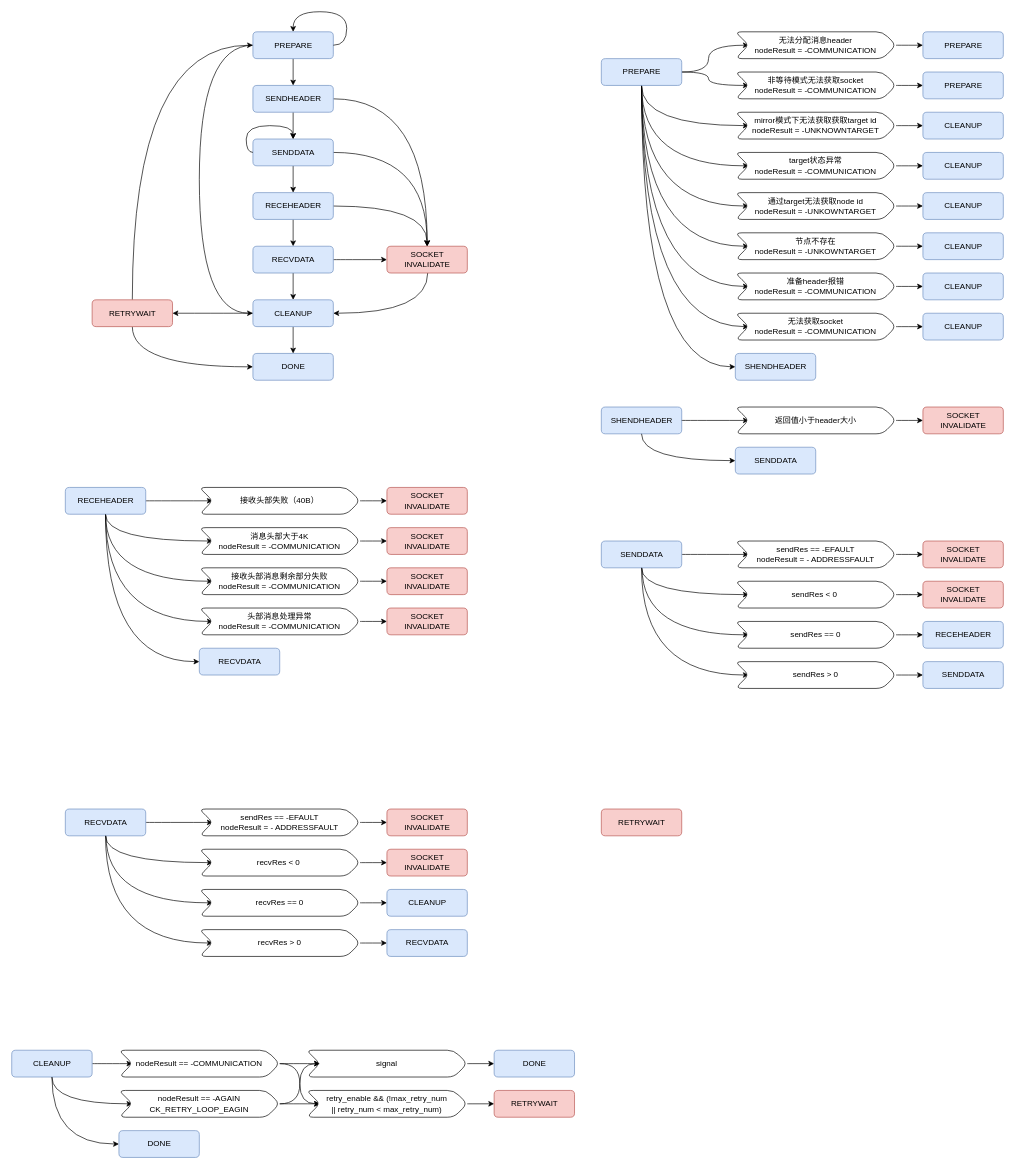
Before: beegfs/beegfs-client.drawio in EarthWind/deeparch, a draw.io diagram. Source tidied: cells renumbered, new cells numbered last; positions are measured from the earlier drawing's top-left corner, leaving out a move shared by most shapes. Both pictures are drawn from the tidied source at 67%, with x=0, y=0 at pixel (11, 11).
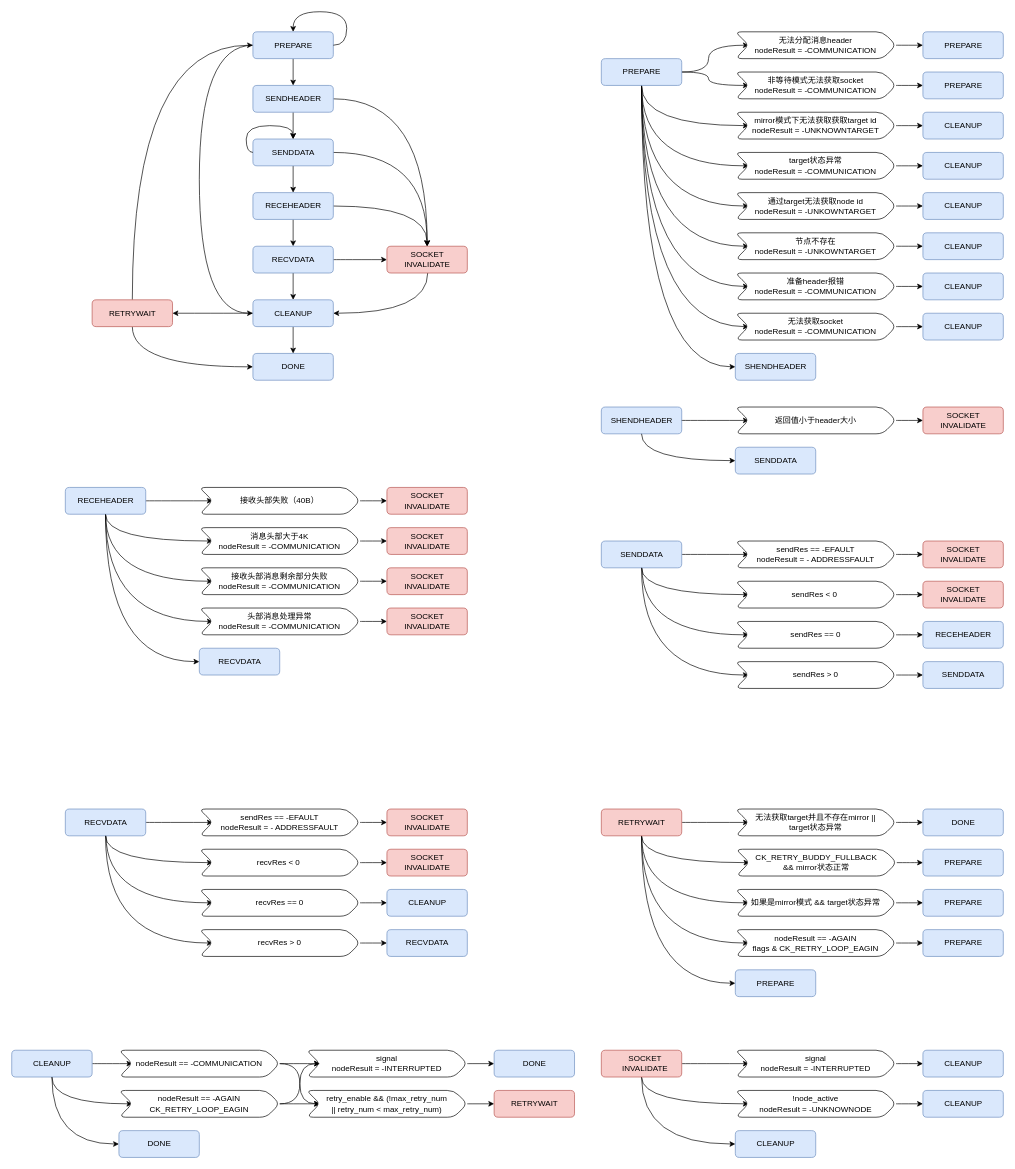
The same page after the edit.

The change refers to these unchanged cells:
```xml
<mxCell id="182" style="rounded=1;whiteSpace=wrap;html=1;fillColor=#f8cecc;strokeColor=#b85450;" parent="1" vertex="1">
  <mxGeometry x="880" y="1190" width="120" height="40" as="geometry" />
</mxCell>
```

Change to the diagram source:
```diff
@@
-    <mxCell id="170" value="signal" style="shape=step;perimeter=stepPerimeter;whiteSpace=wrap;html=1;fixedSize=1;rounded=1;align=center;" parent="1" vertex="1">
+    <mxCell id="170" value="signal&lt;br&gt;nodeResult = -INTERRUPTED" style="shape=step;perimeter=stepPerimeter;whiteSpace=wrap;html=1;fixedSize=1;rounded=1;align=center;" parent="1" vertex="1">
       <mxGeometry x="440" y="1550" width="240" height="40" as="geometry" />
     </mxCell>
@@
+    <mxCell id="184" style="edgeStyle=orthogonalEdgeStyle;curved=1;rounded=0;jettySize=auto;html=1;entryX=0;entryY=0.5;entryDx=0;entryDy=0;" parent="1" edge="1" source="182" target="190">
+      <mxGeometry relative="1" as="geometry" />
+    </mxCell>
+    <mxCell id="185" style="edgeStyle=orthogonalEdgeStyle;curved=1;rounded=0;jettySize=auto;html=1;entryX=0;entryY=0.5;entryDx=0;entryDy=0;exitX=0.5;exitY=1;exitDx=0;exitDy=0;" parent="1" edge="1" source="182" target="194">
+      <mxGeometry relative="1" as="geometry">
+        <Array as="points">
+          <mxPoint x="940" y="1270" />
+        </Array>
+      </mxGeometry>
+    </mxCell>
+    <mxCell id="186" style="edgeStyle=orthogonalEdgeStyle;curved=1;rounded=0;jettySize=auto;html=1;entryX=0;entryY=0.5;entryDx=0;entryDy=0;exitX=0.501;exitY=1;exitDx=0;exitDy=0;exitPerimeter=0;" parent="1" edge="1" source="182" target="198">
+      <mxGeometry relative="1" as="geometry">
+        <Array as="points">
+          <mxPoint x="940" y="1330" />
+        </Array>
+      </mxGeometry>
+    </mxCell>
+    <mxCell id="187" style="edgeStyle=orthogonalEdgeStyle;curved=1;rounded=0;jettySize=auto;html=1;entryX=0;entryY=0.5;entryDx=0;entryDy=0;exitX=0.5;exitY=1;exitDx=0;exitDy=0;" parent="1" edge="1" source="182" target="202">
+      <mxGeometry relative="1" as="geometry">
+        <Array as="points">
+          <mxPoint x="940" y="1390" />
+        </Array>
+      </mxGeometry>
+    </mxCell>
+    <mxCell id="188" style="edgeStyle=orthogonalEdgeStyle;curved=1;rounded=0;jettySize=auto;html=1;entryX=0;entryY=0.5;entryDx=0;entryDy=0;exitX=0.5;exitY=1;exitDx=0;exitDy=0;" parent="1" edge="1" source="182" target="205">
+      <mxGeometry relative="1" as="geometry" />
+    </mxCell>
@@
+    <mxCell id="189" style="edgeStyle=orthogonalEdgeStyle;curved=1;rounded=0;jettySize=auto;html=1;entryX=0;entryY=0.5;entryDx=0;entryDy=0;" parent="1" edge="1" source="190" target="191">
+      <mxGeometry relative="1" as="geometry" />
+    </mxCell>
+    <mxCell id="190" value="无法获取target并且不存在mirror ||&lt;br&gt;target状态异常" style="shape=step;perimeter=stepPerimeter;whiteSpace=wrap;html=1;fixedSize=1;rounded=1;align=center;" parent="1" vertex="1">
+      <mxGeometry x="1080" y="1190" width="240" height="40" as="geometry" />
+    </mxCell>
+    <mxCell id="191" style="rounded=1;whiteSpace=wrap;html=1;fillColor=#dae8fc;strokeColor=#6c8ebf;" parent="1" vertex="1">
+      <mxGeometry x="1360" y="1190" width="120" height="40" as="geometry" />
+    </mxCell>
+    <mxCell id="192" value="DONE" style="text;html=1;align=center;verticalAlign=middle;strokeColor=none;fillColor=none;" parent="1" vertex="1">
+      <mxGeometry x="1390" y="1195" width="60" height="30" as="geometry" />
+    </mxCell>
+    <mxCell id="193" style="edgeStyle=orthogonalEdgeStyle;curved=1;rounded=0;jettySize=auto;html=1;entryX=0;entryY=0.5;entryDx=0;entryDy=0;" parent="1" edge="1" source="194" target="195">
+      <mxGeometry relative="1" as="geometry" />
+    </mxCell>
+    <mxCell id="194" value="CK_RETRY_BUDDY_FULLBACK&lt;br&gt;&amp;amp;&amp;amp; mirror状态正常" style="shape=step;perimeter=stepPerimeter;whiteSpace=wrap;html=1;fixedSize=1;rounded=1;align=center;" parent="1" vertex="1">
+      <mxGeometry x="1081" y="1250" width="240" height="40" as="geometry" />
+    </mxCell>
+    <mxCell id="195" style="rounded=1;whiteSpace=wrap;html=1;fillColor=#dae8fc;strokeColor=#6c8ebf;" parent="1" vertex="1">
+      <mxGeometry x="1360" y="1250" width="120" height="40" as="geometry" />
+    </mxCell>
+    <mxCell id="196" value="PREPARE" style="text;html=1;align=center;verticalAlign=middle;strokeColor=none;fillColor=none;" parent="1" vertex="1">
+      <mxGeometry x="1380" y="1255" width="80" height="30" as="geometry" />
+    </mxCell>
+    <mxCell id="197" style="edgeStyle=orthogonalEdgeStyle;curved=1;rounded=0;jettySize=auto;html=1;entryX=0;entryY=0.5;entryDx=0;entryDy=0;" parent="1" edge="1" source="198" target="199">
+      <mxGeometry relative="1" as="geometry" />
+    </mxCell>
+    <mxCell id="198" value="如果是mirror模式 &amp;amp;&amp;amp; target状态异常" style="shape=step;perimeter=stepPerimeter;whiteSpace=wrap;html=1;fixedSize=1;rounded=1;align=center;" parent="1" vertex="1">
+      <mxGeometry x="1080" y="1310" width="240" height="40" as="geometry" />
+    </mxCell>
+    <mxCell id="199" style="rounded=1;whiteSpace=wrap;html=1;fillColor=#dae8fc;strokeColor=#6c8ebf;" parent="1" vertex="1">
+      <mxGeometry x="1360" y="1310" width="120" height="40" as="geometry" />
+    </mxCell>
+    <mxCell id="200" value="PREPARE" style="text;html=1;align=center;verticalAlign=middle;strokeColor=none;fillColor=none;" parent="1" vertex="1">
+      <mxGeometry x="1380" y="1315" width="80" height="30" as="geometry" />
+    </mxCell>
+    <mxCell id="201" style="edgeStyle=orthogonalEdgeStyle;curved=1;rounded=0;jettySize=auto;html=1;entryX=0;entryY=0.5;entryDx=0;entryDy=0;" parent="1" edge="1" source="202" target="203">
+      <mxGeometry relative="1" as="geometry" />
+    </mxCell>
+    <mxCell id="202" value="nodeResult == -AGAIN&lt;br&gt;flags &amp;amp; CK_RETRY_LOOP_EAGIN" style="shape=step;perimeter=stepPerimeter;whiteSpace=wrap;html=1;fixedSize=1;rounded=1;align=center;" parent="1" vertex="1">
+      <mxGeometry x="1080" y="1370" width="240" height="40" as="geometry" />
+    </mxCell>
+    <mxCell id="203" style="rounded=1;whiteSpace=wrap;html=1;fillColor=#dae8fc;strokeColor=#6c8ebf;" parent="1" vertex="1">
+      <mxGeometry x="1360" y="1370" width="120" height="40" as="geometry" />
+    </mxCell>
+    <mxCell id="204" value="PREPARE" style="text;html=1;align=center;verticalAlign=middle;strokeColor=none;fillColor=none;" parent="1" vertex="1">
+      <mxGeometry x="1380" y="1375" width="80" height="30" as="geometry" />
+    </mxCell>
+    <mxCell id="205" style="rounded=1;whiteSpace=wrap;html=1;fillColor=#dae8fc;strokeColor=#6c8ebf;" parent="1" vertex="1">
+      <mxGeometry x="1080" y="1430" width="120" height="40" as="geometry" />
+    </mxCell>
+    <mxCell id="206" value="PREPARE" style="text;html=1;align=center;verticalAlign=middle;strokeColor=none;fillColor=none;" parent="1" vertex="1">
+      <mxGeometry x="1100" y="1435" width="80" height="30" as="geometry" />
+    </mxCell>
+    <mxCell id="207" style="edgeStyle=orthogonalEdgeStyle;curved=1;rounded=0;jettySize=auto;html=1;entryX=0;entryY=0.5;entryDx=0;entryDy=0;" parent="1" edge="1" source="210" target="213">
+      <mxGeometry relative="1" as="geometry" />
+    </mxCell>
+    <mxCell id="208" style="edgeStyle=orthogonalEdgeStyle;curved=1;rounded=0;jettySize=auto;html=1;entryX=0;entryY=0.5;entryDx=0;entryDy=0;exitX=0.5;exitY=1;exitDx=0;exitDy=0;" parent="1" edge="1" source="210" target="217">
+      <mxGeometry relative="1" as="geometry">
+        <Array as="points">
+          <mxPoint x="940" y="1630" />
+        </Array>
+      </mxGeometry>
+    </mxCell>
+    <mxCell id="209" style="edgeStyle=orthogonalEdgeStyle;curved=1;rounded=0;jettySize=auto;html=1;entryX=0;entryY=0.5;entryDx=0;entryDy=0;exitX=0.5;exitY=1;exitDx=0;exitDy=0;" parent="1" edge="1" source="210" target="220">
+      <mxGeometry relative="1" as="geometry" />
+    </mxCell>
+    <mxCell id="210" style="rounded=1;whiteSpace=wrap;html=1;fillColor=#f8cecc;strokeColor=#b85450;" parent="1" vertex="1">
+      <mxGeometry x="880" y="1550" width="120" height="40" as="geometry" />
+    </mxCell>
+    <mxCell id="211" value="SOCKET&lt;br&gt;INVALIDATE" style="text;html=1;align=center;verticalAlign=middle;strokeColor=none;fillColor=none;" parent="1" vertex="1">
+      <mxGeometry x="900" y="1550" width="90" height="40" as="geometry" />
+    </mxCell>
+    <mxCell id="212" style="edgeStyle=orthogonalEdgeStyle;curved=1;rounded=0;jettySize=auto;html=1;entryX=0;entryY=0.5;entryDx=0;entryDy=0;" parent="1" edge="1" source="213" target="214">
+      <mxGeometry relative="1" as="geometry" />
+    </mxCell>
+    <mxCell id="213" value="signal&lt;br&gt;nodeResult = -INTERRUPTED" style="shape=step;perimeter=stepPerimeter;whiteSpace=wrap;html=1;fixedSize=1;rounded=1;align=center;" parent="1" vertex="1">
+      <mxGeometry x="1080" y="1550" width="240" height="40" as="geometry" />
+    </mxCell>
+    <mxCell id="214" style="rounded=1;whiteSpace=wrap;html=1;fillColor=#dae8fc;strokeColor=#6c8ebf;" parent="1" vertex="1">
+      <mxGeometry x="1360" y="1550" width="120" height="40" as="geometry" />
+    </mxCell>
+    <mxCell id="215" value="CLEANUP" style="text;html=1;align=center;verticalAlign=middle;strokeColor=none;fillColor=none;" parent="1" vertex="1">
+      <mxGeometry x="1380" y="1555" width="80" height="30" as="geometry" />
+    </mxCell>
+    <mxCell id="216" style="edgeStyle=orthogonalEdgeStyle;curved=1;rounded=0;jettySize=auto;html=1;entryX=0;entryY=0.5;entryDx=0;entryDy=0;" parent="1" edge="1" source="217" target="218">
+      <mxGeometry relative="1" as="geometry" />
+    </mxCell>
+    <mxCell id="217" value="!node_active&lt;br&gt;nodeResult = -UNKNOWNODE" style="shape=step;perimeter=stepPerimeter;whiteSpace=wrap;html=1;fixedSize=1;rounded=1;align=center;" parent="1" vertex="1">
+      <mxGeometry x="1080" y="1610" width="240" height="40" as="geometry" />
+    </mxCell>
+    <mxCell id="218" style="rounded=1;whiteSpace=wrap;html=1;fillColor=#dae8fc;strokeColor=#6c8ebf;" parent="1" vertex="1">
+      <mxGeometry x="1360" y="1610" width="120" height="40" as="geometry" />
+    </mxCell>
+    <mxCell id="219" value="CLEANUP" style="text;html=1;align=center;verticalAlign=middle;strokeColor=none;fillColor=none;" parent="1" vertex="1">
+      <mxGeometry x="1380" y="1615" width="80" height="30" as="geometry" />
+    </mxCell>
+    <mxCell id="220" style="rounded=1;whiteSpace=wrap;html=1;fillColor=#dae8fc;strokeColor=#6c8ebf;" parent="1" vertex="1">
+      <mxGeometry x="1080" y="1670" width="120" height="40" as="geometry" />
+    </mxCell>
+    <mxCell id="221" value="CLEANUP" style="text;html=1;align=center;verticalAlign=middle;strokeColor=none;fillColor=none;" parent="1" vertex="1">
+      <mxGeometry x="1100" y="1675" width="80" height="30" as="geometry" />
+    </mxCell>
```
